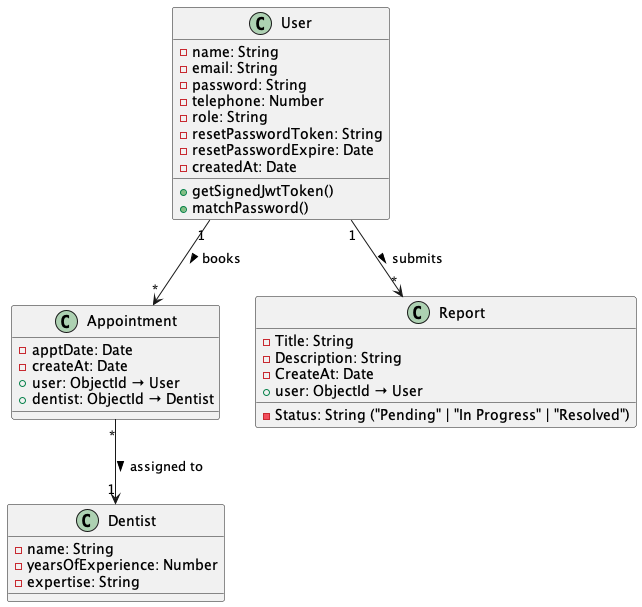
Earlier version of the PlantUML export plantuml/class-diagram.png (PatMSK/SWdevprac-project).
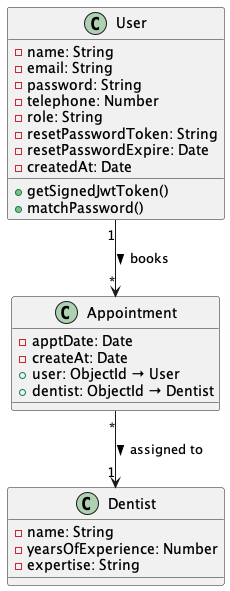
After the change.

The edit, as a diff of the source:
```diff
@@ -26,16 +26,8 @@
     + dentist: ObjectId → Dentist
 }
 
-class Report {
-    - Title: String
-    - Description: String
-    - Status: String ("Pending" | "In Progress" | "Resolved")
-    - CreateAt: Date
-    + user: ObjectId → User
-}
 
 User "1" --> "*" Appointment : books >
-User "1" --> "*" Report : submits >
 Appointment "*" --> "1" Dentist : assigned to >
 
 @enduml
```
